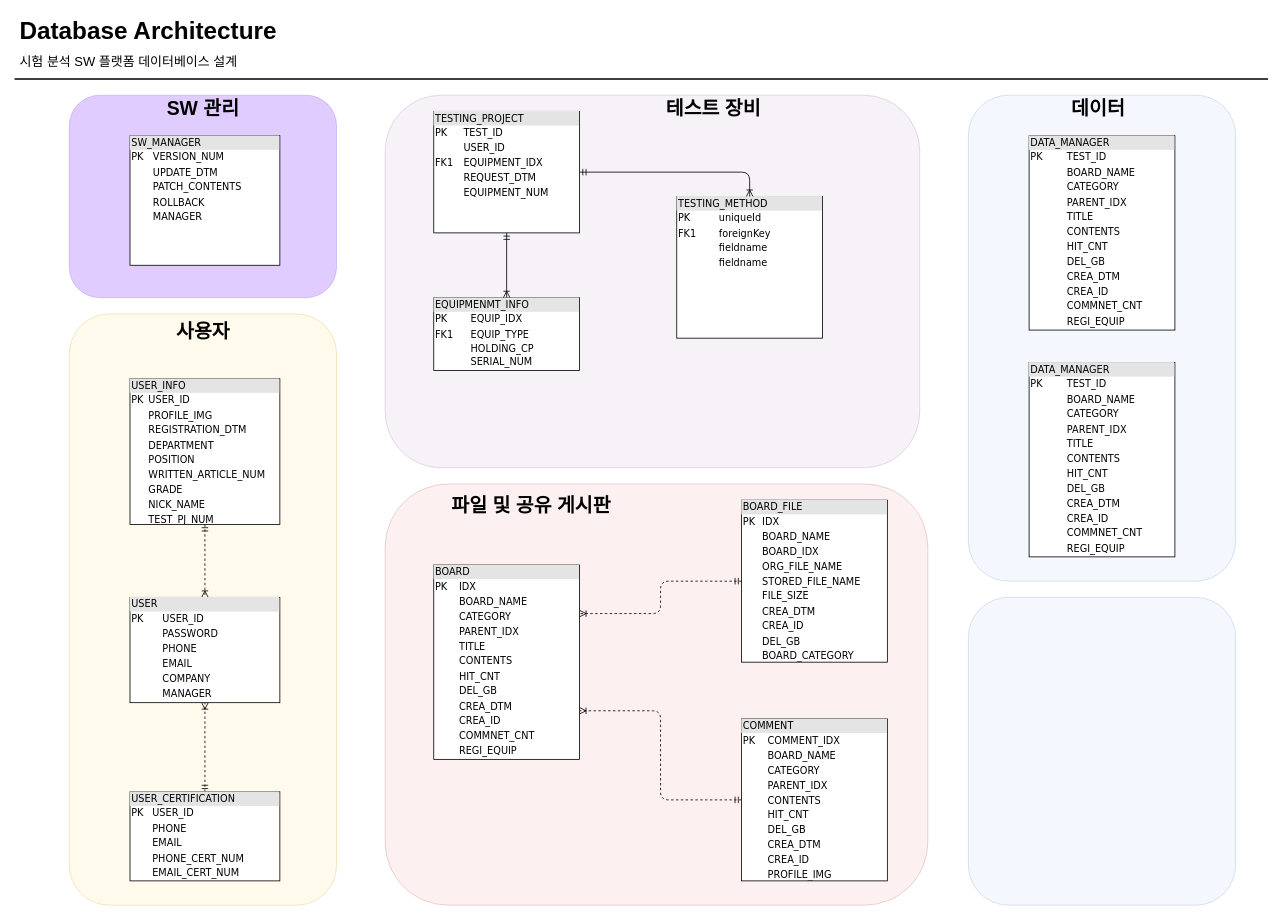
This is DB_architecture.drawio from penzance-jshan/test, a draw.io file, before an edit. Source tidied: cells renumbered, new cells numbered last; positions are measured from the earlier drawing's top-left corner, leaving out a move shared by most shapes. Both pictures are drawn from the tidied source at 81%, with x=0, y=0 at pixel (14, 14).
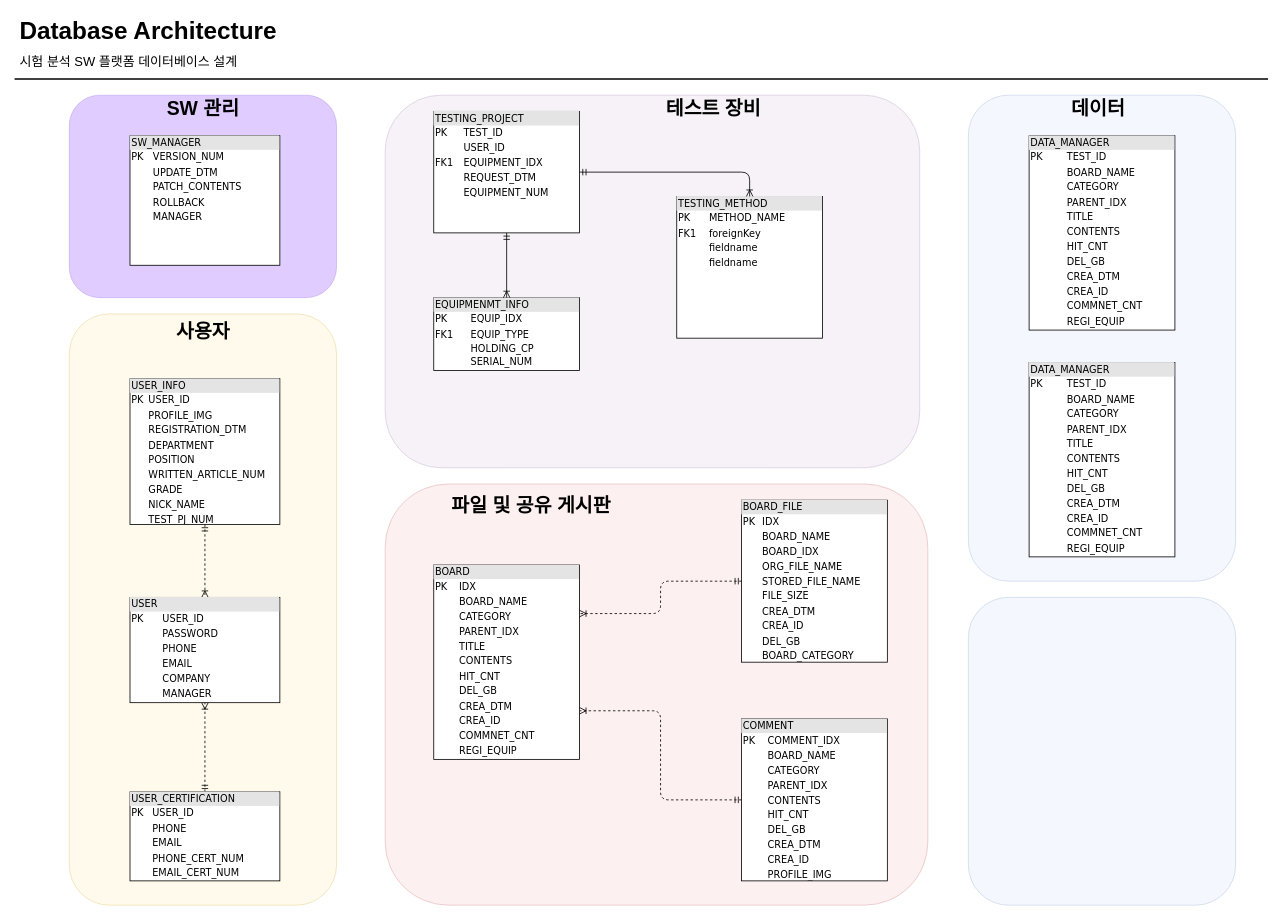
Above is the later version.

Diff of the diagram source:
```diff
@@
-    <mxCell id="9" value="&lt;div style=&quot;box-sizing: border-box ; width: 100% ; background: #e4e4e4 ; padding: 2px&quot;&gt;TESTING_METHOD&lt;/div&gt;&lt;table style=&quot;width: 100% ; font-size: 1em&quot; cellpadding=&quot;2&quot; cellspacing=&quot;0&quot;&gt;&lt;tbody&gt;&lt;tr&gt;&lt;td&gt;PK&lt;/td&gt;&lt;td&gt;uniqueId&lt;/td&gt;&lt;/tr&gt;&lt;tr&gt;&lt;td&gt;FK1&lt;/td&gt;&lt;td&gt;foreignKey&lt;/td&gt;&lt;/tr&gt;&lt;tr&gt;&lt;td&gt;&lt;/td&gt;&lt;td&gt;fieldname&lt;/td&gt;&lt;/tr&gt;&lt;tr&gt;&lt;td&gt;&lt;br&gt;&lt;/td&gt;&lt;td&gt;fieldname&lt;br&gt;&lt;/td&gt;&lt;/tr&gt;&lt;/tbody&gt;&lt;/table&gt;" style="verticalAlign=top;align=left;overflow=fill;html=1;rounded=0;shadow=0;comic=0;labelBackgroundColor=none;strokeWidth=1;fontFamily=Verdana;fontSize=12;" parent="1" vertex="1">
+    <mxCell id="9" value="&lt;div style=&quot;box-sizing: border-box ; width: 100% ; background: #e4e4e4 ; padding: 2px&quot;&gt;TESTING_METHOD&lt;/div&gt;&lt;table style=&quot;width: 100% ; font-size: 1em&quot; cellpadding=&quot;2&quot; cellspacing=&quot;0&quot;&gt;&lt;tbody&gt;&lt;tr&gt;&lt;td&gt;PK&lt;/td&gt;&lt;td&gt;METHOD_NAME&lt;/td&gt;&lt;/tr&gt;&lt;tr&gt;&lt;td&gt;FK1&lt;/td&gt;&lt;td&gt;foreignKey&lt;/td&gt;&lt;/tr&gt;&lt;tr&gt;&lt;td&gt;&lt;/td&gt;&lt;td&gt;fieldname&lt;/td&gt;&lt;/tr&gt;&lt;tr&gt;&lt;td&gt;&lt;br&gt;&lt;/td&gt;&lt;td&gt;fieldname&lt;br&gt;&lt;/td&gt;&lt;/tr&gt;&lt;/tbody&gt;&lt;/table&gt;" style="verticalAlign=top;align=left;overflow=fill;html=1;rounded=0;shadow=0;comic=0;labelBackgroundColor=none;strokeWidth=1;fontFamily=Verdana;fontSize=12;" parent="1" vertex="1">
       <mxGeometry x="818" y="225" width="180" height="175" as="geometry" />
     </mxCell>
```
